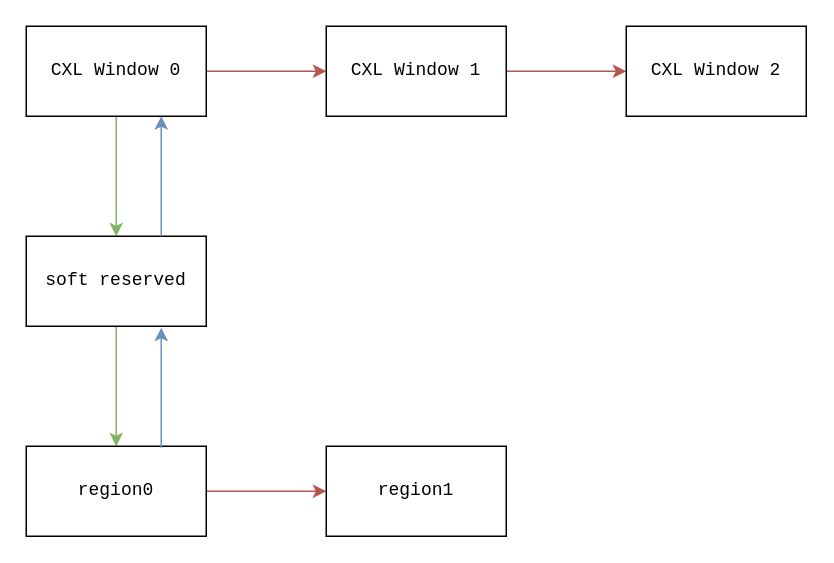
Before: docs/source/img-src/iomem_resource.drawio in computexpresslink/cxl-rtd, a draw.io diagram. Source tidied: cells renumbered, new cells numbered last; positions are measured from the earlier drawing's top-left corner, leaving out a move shared by most shapes. Both pictures are drawn from the tidied source at 150%, with x=0, y=0 at pixel (26, 26).
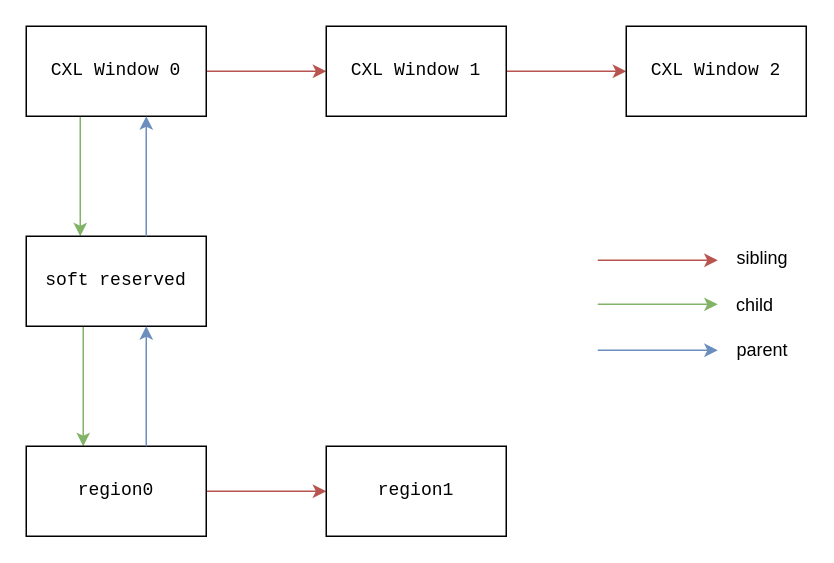
After the change.

The change refers to these unchanged cells:
```xml
<mxCell id="4" value="&lt;pre&gt;CXL Window 0&lt;/pre&gt;" style="rounded=0;whiteSpace=wrap;html=1;" parent="1" vertex="1">
  <mxGeometry width="120" height="60" as="geometry" />
</mxCell>
<mxCell id="9" value="&lt;pre&gt;soft reserved&lt;/pre&gt;" style="rounded=0;whiteSpace=wrap;html=1;" parent="1" vertex="1">
  <mxGeometry y="140" width="120" height="60" as="geometry" />
</mxCell>
<mxCell id="11" value="&lt;pre&gt;region0&lt;/pre&gt;" style="rounded=0;whiteSpace=wrap;html=1;" parent="1" vertex="1">
  <mxGeometry y="280" width="120" height="60" as="geometry" />
</mxCell>
```

Diff of the diagram source:
```diff
@@
-    <mxCell id="3" style="edgeStyle=orthogonalEdgeStyle;rounded=0;jettySize=auto;html=1;fillColor=#d5e8d4;strokeColor=#82b366;" parent="1" edge="1" source="4" target="9">
-      <mxGeometry relative="1" as="geometry" />
+    <mxCell id="3" style="edgeStyle=orthogonalEdgeStyle;rounded=0;orthogonalLoop=1;jettySize=auto;html=1;fillColor=#d5e8d4;strokeColor=#82b366;" parent="1" edge="1">
+      <mxGeometry relative="1" as="geometry">
+        <mxPoint x="36" y="60" as="sourcePoint" />
+        <mxPoint x="36" y="140" as="targetPoint" />
+      </mxGeometry>
     </mxCell>
@@
-    <mxCell id="8" style="edgeStyle=orthogonalEdgeStyle;rounded=0;jettySize=auto;html=1;fillColor=#d5e8d4;strokeColor=#82b366;" parent="1" edge="1" source="9" target="11">
-      <mxGeometry relative="1" as="geometry" />
+    <mxCell id="8" style="edgeStyle=orthogonalEdgeStyle;rounded=0;orthogonalLoop=1;jettySize=auto;html=1;fillColor=#d5e8d4;strokeColor=#82b366;" parent="1" edge="1">
+      <mxGeometry relative="1" as="geometry">
+        <mxPoint x="38" y="200" as="sourcePoint" />
+        <mxPoint x="38" y="280" as="targetPoint" />
+      </mxGeometry>
     </mxCell>
@@
-    <mxCell id="13" style="endArrow=classic;html=1;rounded=0;entryX=0.75;entryY=1;entryDx=0;entryDy=0;exitX=0.75;exitY=0;exitDx=0;exitDy=0;fillColor=#dae8fc;strokeColor=#6c8ebf;" parent="1" edge="1" source="9" target="4">
-      <mxGeometry relative="1" as="geometry" />
+    <mxCell id="13" style="endArrow=classic;html=1;rounded=0;entryX=0.75;entryY=1;entryDx=0;entryDy=0;exitX=0.75;exitY=0;exitDx=0;exitDy=0;fillColor=#dae8fc;strokeColor=#6c8ebf;" parent="1" edge="1">
+      <mxGeometry relative="1" as="geometry">
+        <mxPoint x="80" y="140" as="sourcePoint" />
+        <mxPoint x="80" y="60" as="targetPoint" />
+      </mxGeometry>
     </mxCell>
     <mxCell id="14" style="endArrow=classic;html=1;rounded=0;entryX=0.75;entryY=1;entryDx=0;entryDy=0;exitX=0.75;exitY=0;exitDx=0;exitDy=0;fillColor=#dae8fc;strokeColor=#6c8ebf;" parent="1" edge="1">
       <mxGeometry relative="1" as="geometry">
-        <mxPoint x="90" y="281" as="sourcePoint" />
-        <mxPoint x="90" y="201" as="targetPoint" />
+        <mxPoint x="80" y="280" as="sourcePoint" />
+        <mxPoint x="80" y="200" as="targetPoint" />
       </mxGeometry>
     </mxCell>
+    <mxCell id="15" style="edgeStyle=orthogonalEdgeStyle;rounded=0;orthogonalLoop=1;jettySize=auto;html=1;fillColor=#f8cecc;strokeColor=#b85450;" parent="1" edge="1">
+      <mxGeometry relative="1" as="geometry">
+        <mxPoint x="381" y="156" as="sourcePoint" />
+        <mxPoint x="461" y="156" as="targetPoint" />
+      </mxGeometry>
+    </mxCell>
+    <mxCell id="16" style="edgeStyle=orthogonalEdgeStyle;rounded=0;orthogonalLoop=1;jettySize=auto;html=1;fillColor=#d5e8d4;strokeColor=#82b366;" parent="1" edge="1">
+      <mxGeometry relative="1" as="geometry">
+        <mxPoint x="381" y="185.4" as="sourcePoint" />
+        <mxPoint x="461" y="185.4" as="targetPoint" />
+      </mxGeometry>
+    </mxCell>
+    <mxCell id="17" style="edgeStyle=orthogonalEdgeStyle;rounded=0;orthogonalLoop=1;jettySize=auto;html=1;fillColor=#dae8fc;strokeColor=#6c8ebf;" parent="1" edge="1">
+      <mxGeometry relative="1" as="geometry">
+        <mxPoint x="381" y="216" as="sourcePoint" />
+        <mxPoint x="461" y="216" as="targetPoint" />
+      </mxGeometry>
+    </mxCell>
+    <mxCell id="18" value="sibling" style="text;html=1;strokeColor=none;fillColor=none;align=center;verticalAlign=middle;whiteSpace=wrap;rounded=0;" parent="1" vertex="1">
+      <mxGeometry x="461" y="140" width="60" height="30" as="geometry" />
+    </mxCell>
+    <mxCell id="19" value="child" style="text;html=1;strokeColor=none;fillColor=none;align=center;verticalAlign=middle;whiteSpace=wrap;rounded=0;" parent="1" vertex="1">
+      <mxGeometry x="456" y="171" width="60" height="30" as="geometry" />
+    </mxCell>
+    <mxCell id="20" value="parent" style="text;html=1;strokeColor=none;fillColor=none;align=center;verticalAlign=middle;whiteSpace=wrap;rounded=0;" parent="1" vertex="1">
+      <mxGeometry x="461" y="200" width="60" height="31" as="geometry" />
+    </mxCell>
```
